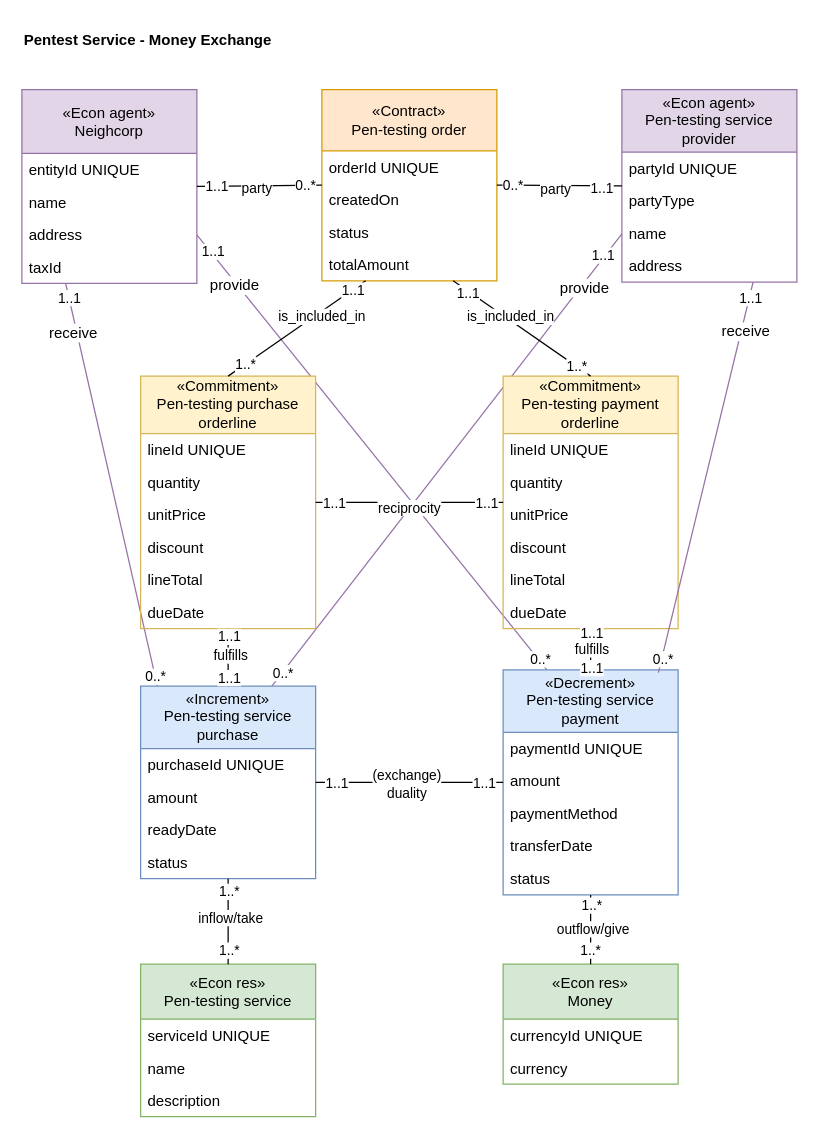
Before: page "Pentest Service Exchange" (3 of 9) of media/IS1_Project_REA.drawio in tudwiglemmel/Neigh-Corp---Golden-Meadows, a draw.io diagram. Source tidied: cells renumbered, new cells numbered last; positions are measured from the earlier drawing's top-left corner, leaving out a move shared by most shapes. Both pictures are drawn from the tidied source at 125%, with x=0, y=0 at pixel (21, 21).
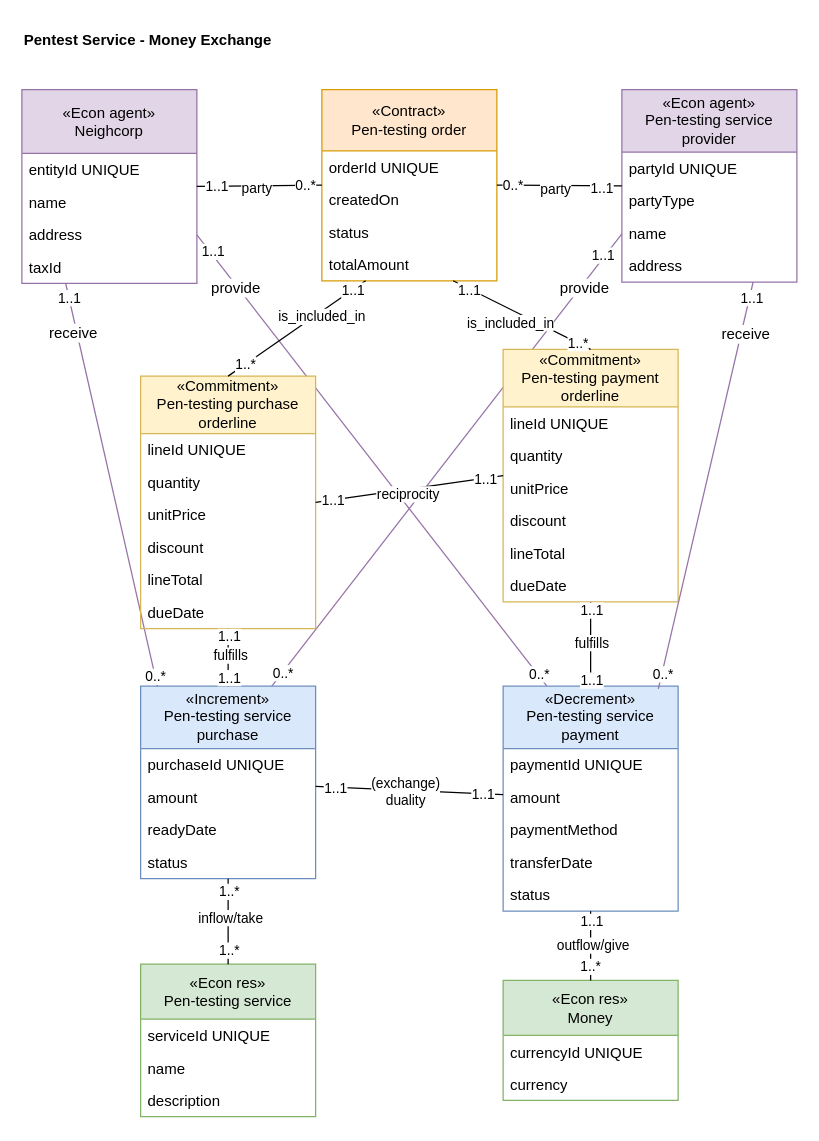
The same page after the edit.

Unchanged cells that the change refers to:
```xml
<mxCell id="56" style="endArrow=none;html=1;rounded=0;exitX=0.75;exitY=1;exitDx=0;exitDy=0;entryX=0.5;entryY=0;entryDx=0;entryDy=0;" parent="1" edge="1" source="21" target="41">
  <mxGeometry relative="1" as="geometry" />
</mxCell>
<mxCell id="90" style="endArrow=none;html=1;rounded=0;" parent="1" edge="1" source="83" target="65">
  <mxGeometry relative="1" as="geometry" />
</mxCell>
```

What changed in the source:
```diff
@@
     <mxCell id="41" value="«Commitment»&lt;div&gt;Pen-testing payment orderline&lt;/div&gt;" style="whiteSpace=wrap;html=1;fillColor=#fff2cc;strokeColor=#d6b656;shape=swimlane;fontStyle=0;startSize=46;horizontal=1;align=center;verticalAlign=middle;fontFamily=Helvetica;fontSize=12;fontColor=default;" parent="1" vertex="1">
-      <mxGeometry x="385" y="283.4" width="140" height="202" as="geometry" />
+      <mxGeometry x="385" y="262" width="140" height="202" as="geometry" />
     </mxCell>
@@
     <mxCell id="57" value="is_included_in" style="edgeLabel;html=1;align=center;verticalAlign=middle;" parent="56" vertex="1">
       <mxGeometry x="-0.01" y="-2" relative="1" as="geometry">
-        <mxPoint x="-8" y="-11" as="offset" />
+        <mxPoint x="-8" y="4" as="offset" />
       </mxGeometry>
     </mxCell>
@@
     <mxCell id="65" value="&lt;div&gt;«Decrement»&lt;/div&gt;&lt;div&gt;Pen-testing service payment&lt;/div&gt;" style="whiteSpace=wrap;html=1;fillColor=#dae8fc;strokeColor=#6c8ebf;shape=swimlane;fontStyle=0;startSize=50;horizontal=1;align=center;verticalAlign=middle;fontFamily=Helvetica;fontSize=12;fontColor=default;" parent="1" vertex="1">
-      <mxGeometry x="385" y="518.4" width="140" height="180" as="geometry" />
+      <mxGeometry x="385" y="531.4" width="140" height="180" as="geometry" />
     </mxCell>
@@
     <mxCell id="83" value="«Econ res»&lt;div&gt;Money&lt;/div&gt;" style="whiteSpace=wrap;html=1;fillColor=#d5e8d4;strokeColor=#82b366;shape=swimlane;fontStyle=0;startSize=44;horizontal=1;align=center;verticalAlign=middle;fontFamily=Helvetica;fontSize=12;fontColor=default;swimlaneLine=1;" parent="1" vertex="1">
-      <mxGeometry x="385" y="753.8" width="140" height="96" as="geometry" />
+      <mxGeometry x="385" y="766.8" width="140" height="96" as="geometry" />
     </mxCell>
@@
-    <mxCell id="93" value="1..*" style="edgeLabel;html=1;align=center;verticalAlign=middle;" parent="90" vertex="1">
+    <mxCell id="93" value="1..1" style="edgeLabel;html=1;align=center;verticalAlign=middle;" parent="90" vertex="1">
       <mxGeometry x="0.69" relative="1" as="geometry" />
     </mxCell>
```
